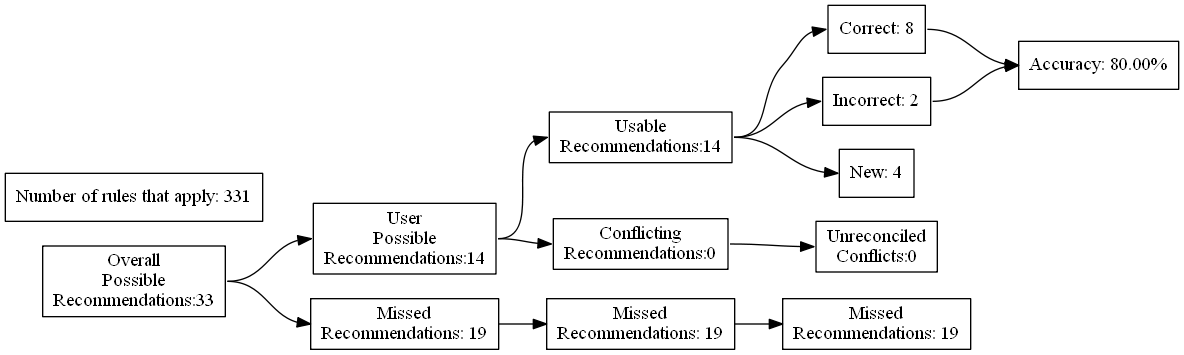
Earlier version of the Graphviz export test_renders/49.gv.png (ZaxR/ibd_diet_analysis). Its source is kept beside it as test_renders/49.gv.
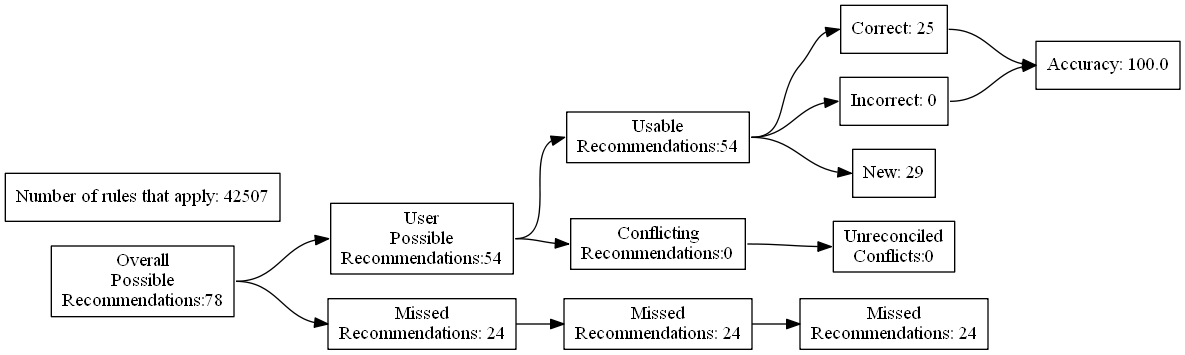
The same file after the commit.

What changed in the source:
```diff
@@ -4,27 +4,27 @@
 	edge [headport=w tailport=e]
 		A [label="Overall
 Possible
-Recommendations:33"]
+Recommendations:78"]
 		B [label="User
 Possible
-Recommendations:14"]
+Recommendations:54"]
 		C [label="Missed
-Recommendations: 19"]
+Recommendations: 24"]
 		D [label="Usable
-Recommendations:14"]
+Recommendations:54"]
 		E [label="Conflicting
 Recommendations:0"]
 		J [label="Missed
-Recommendations: 19"]
+Recommendations: 24"]
 		M [label="Unreconciled
 Conflicts:0"]
-		F [label="Correct: 8"]
-		G [label="Incorrect: 2"]
-		H [label="New: 4"]
+		F [label="Correct: 25"]
+		G [label="Incorrect: 0"]
+		H [label="New: 29"]
 		K [label="Missed
-Recommendations: 19"]
-		I [label="Accuracy: 80.00%"]
-		l [label="Number of rules that apply: 331"]
+Recommendations: 24"]
+		I [label="Accuracy: 100.0"]
+		l [label="Number of rules that apply: 42507"]
 			A -> B
 			A -> C
 			B -> D
```
